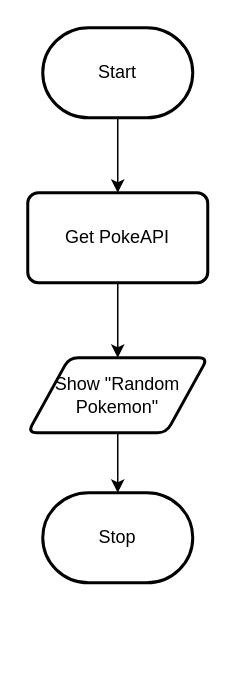
MTHS-ICD2O-1-2024/ICD2O-Assignment-06-Domenic-dangelo keeps this draw.io diagram as design/flowchart.drawio. Above is the earlier version. Source tidied: cells renumbered, new cells numbered last; positions are measured from the earlier drawing's top-left corner, leaving out a move shared by most shapes. Both pictures are drawn from the tidied source at 150%, with x=0, y=0 at pixel (27, 27).
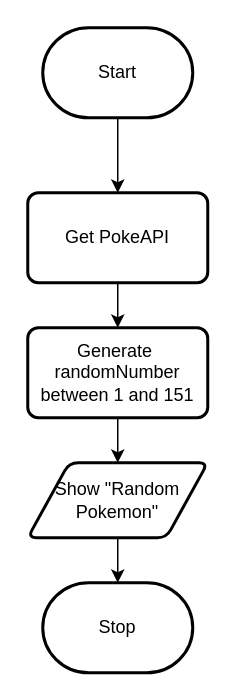
After the change.

Commit message (it also covers changes not shown here):
fixed flowchart and storyboard

Diff of the diagram source:
```diff
@@
 <mxGraphModel>
   <root>
     <mxCell id="0" />
     <mxCell id="1" parent="0" />
     <mxCell id="2" style="edgeStyle=none;html=1;exitX=0.5;exitY=1;exitDx=0;exitDy=0;exitPerimeter=0;entryX=0.5;entryY=0;entryDx=0;entryDy=0;" parent="1" edge="1" source="3" target="6">
       <mxGeometry relative="1" as="geometry" />
     </mxCell>
     <mxCell id="3" value="Start" style="strokeWidth=2;html=1;shape=mxgraph.flowchart.terminator;whiteSpace=wrap;" parent="1" vertex="1">
       <mxGeometry x="10" width="100" height="60" as="geometry" />
     </mxCell>
     <mxCell id="4" value="Stop" style="strokeWidth=2;html=1;shape=mxgraph.flowchart.terminator;whiteSpace=wrap;" parent="1" vertex="1">
-      <mxGeometry x="10" y="310" width="100" height="60" as="geometry" />
+      <mxGeometry x="10" y="370" width="100" height="60" as="geometry" />
     </mxCell>
-    <mxCell id="5" style="edgeStyle=none;html=1;exitX=0.5;exitY=1;exitDx=0;exitDy=0;entryX=0.5;entryY=0;entryDx=0;entryDy=0;" parent="1" edge="1" source="6" target="7">
-      <mxGeometry relative="1" as="geometry" />
-    </mxCell>
+    <mxCell id="9" style="edgeStyle=none;html=1;exitX=0.5;exitY=1;exitDx=0;exitDy=0;entryX=0.5;entryY=0;entryDx=0;entryDy=0;" parent="1" edge="1" source="6" target="11">
+      <mxGeometry relative="1" as="geometry" />
+    </mxCell>
     <mxCell id="6" value="Get PokeAPI" style="rounded=1;whiteSpace=wrap;html=1;absoluteArcSize=1;arcSize=14;strokeWidth=2;" parent="1" vertex="1">
       <mxGeometry y="110" width="120" height="60" as="geometry" />
     </mxCell>
     <mxCell id="7" value="Show &quot;Random Pokemon&quot;" style="shape=parallelogram;html=1;strokeWidth=2;perimeter=parallelogramPerimeter;whiteSpace=wrap;rounded=1;arcSize=12;size=0.23;" parent="1" vertex="1">
-      <mxGeometry y="220" width="120" height="50" as="geometry" />
+      <mxGeometry y="290" width="120" height="50" as="geometry" />
     </mxCell>
     <mxCell id="8" style="edgeStyle=none;html=1;exitX=0.5;exitY=1;exitDx=0;exitDy=0;entryX=0.5;entryY=0;entryDx=0;entryDy=0;entryPerimeter=0;" parent="1" edge="1" source="7" target="4">
       <mxGeometry relative="1" as="geometry" />
     </mxCell>
+    <mxCell id="10" style="edgeStyle=none;html=1;exitX=0.5;exitY=1;exitDx=0;exitDy=0;entryX=0.5;entryY=0;entryDx=0;entryDy=0;" parent="1" edge="1" source="11" target="7">
+      <mxGeometry relative="1" as="geometry" />
+    </mxCell>
+    <mxCell id="11" value="Generate&amp;nbsp;&lt;div&gt;randomNumber between 1 and 151&lt;/div&gt;" style="rounded=1;whiteSpace=wrap;html=1;absoluteArcSize=1;arcSize=14;strokeWidth=2;" parent="1" vertex="1">
+      <mxGeometry y="200" width="120" height="60" as="geometry" />
+    </mxCell>
   </root>
 </mxGraphModel>
```
